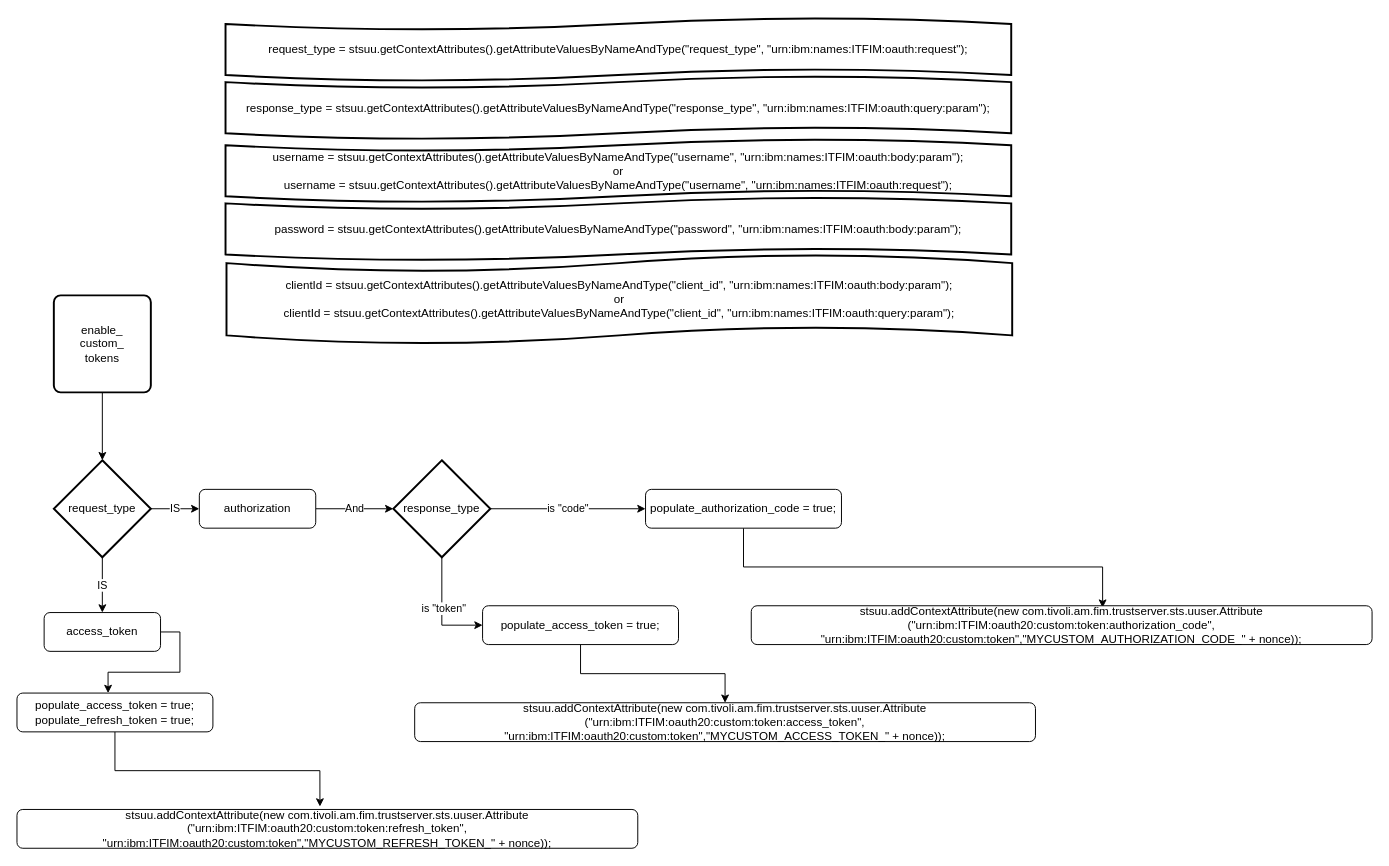
Before: diagrams/cc_demo.drawio in jskbabu/sree-general, a draw.io diagram. Source tidied: cells renumbered, new cells numbered last; positions are measured from the earlier drawing's top-left corner, leaving out a move shared by most shapes. Both pictures are drawn from the tidied source at 97%, with x=0, y=0 at pixel (16, 17).
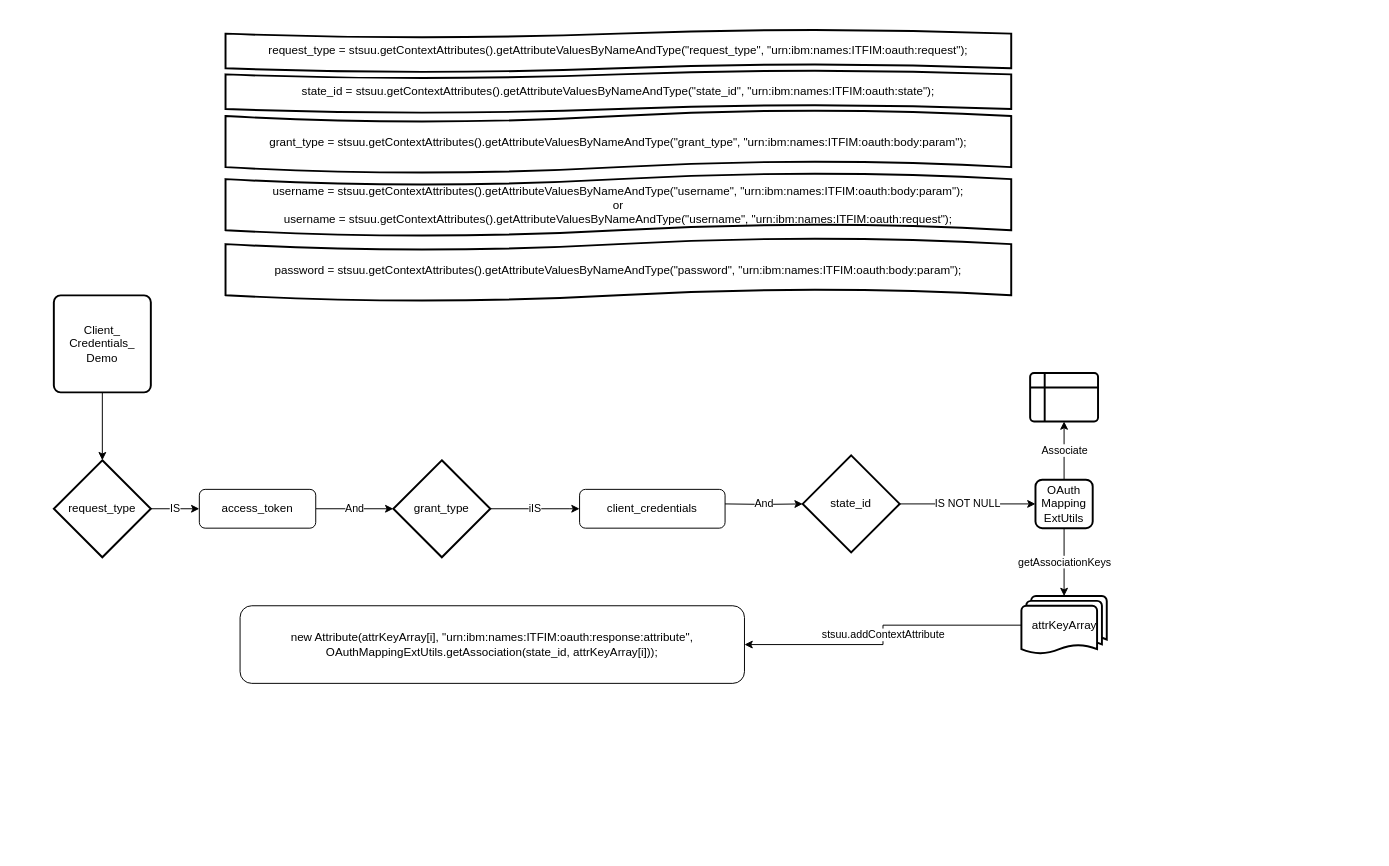
The same diagram, later.

The change refers to these unchanged cells:
```xml
<mxCell id="4" value="request_type" style="strokeWidth=2;html=1;shape=mxgraph.flowchart.decision;whiteSpace=wrap;" parent="1" vertex="1">
  <mxGeometry x="38" y="456" width="100" height="100" as="geometry" />
</mxCell>
```

Diff of the diagram source:
```diff
@@
-    <mxCell id="3" value="IS" style="edgeStyle=orthogonalEdgeStyle;rounded=0;jettySize=auto;html=1;" parent="1" edge="1" source="4" target="20">
-      <mxGeometry relative="1" as="geometry" />
-    </mxCell>
@@
-    <mxCell id="6" value="authorization" style="rounded=1;whiteSpace=wrap;html=1;fontSize=12;glass=0;strokeWidth=1;shadow=0;" parent="1" vertex="1">
+    <mxCell id="6" value="access_token" style="rounded=1;whiteSpace=wrap;html=1;fontSize=12;glass=0;strokeWidth=1;shadow=0;" parent="1" vertex="1">
       <mxGeometry x="188" y="486" width="120" height="40" as="geometry" />
     </mxCell>
-    <mxCell id="7" value="is &quot;code&quot;" style="edgeStyle=orthogonalEdgeStyle;rounded=0;jettySize=auto;html=1;" parent="1" edge="1" source="10" target="12">
+    <mxCell id="7" value="iIS" style="edgeStyle=orthogonalEdgeStyle;rounded=0;jettySize=auto;html=1;" parent="1" edge="1" source="10" target="12">
       <mxGeometry relative="1" as="geometry">
         <Array as="points">
           <mxPoint x="570" y="506" />
           <mxPoint x="570" y="506" />
         </Array>
       </mxGeometry>
     </mxCell>
-    <mxCell id="8" style="edgeStyle=orthogonalEdgeStyle;rounded=0;jettySize=auto;html=1;entryX=0;entryY=0.5;entryDx=0;entryDy=0;" parent="1" edge="1" source="10" target="23">
-      <mxGeometry relative="1" as="geometry" />
-    </mxCell>
-    <mxCell id="9" value="is &quot;token&quot;" style="edgeLabel;html=1;align=center;verticalAlign=middle;" parent="8" vertex="1">
-      <mxGeometry x="-0.08" y="1" relative="1" as="geometry" />
-    </mxCell>
-    <mxCell id="10" value="response_type" style="strokeWidth=2;html=1;shape=mxgraph.flowchart.decision;whiteSpace=wrap;" parent="1" vertex="1">
+    <mxCell id="10" value="grant_type" style="strokeWidth=2;html=1;shape=mxgraph.flowchart.decision;whiteSpace=wrap;" parent="1" vertex="1">
       <mxGeometry x="388" y="456" width="100" height="100" as="geometry" />
     </mxCell>
-    <mxCell id="11" style="edgeStyle=orthogonalEdgeStyle;rounded=0;jettySize=auto;html=1;entryX=0.566;entryY=0.05;entryDx=0;entryDy=0;entryPerimeter=0;" parent="1" edge="1" source="12" target="26">
-      <mxGeometry relative="1" as="geometry" />
-    </mxCell>
-    <mxCell id="12" value="populate_authorization_code = true;" style="rounded=1;whiteSpace=wrap;html=1;fontSize=12;glass=0;strokeWidth=1;shadow=0;" parent="1" vertex="1">
-      <mxGeometry x="648" y="486" width="202" height="40" as="geometry" />
+    <mxCell id="12" value="client_credentials" style="rounded=1;whiteSpace=wrap;html=1;fontSize=12;glass=0;strokeWidth=1;shadow=0;" parent="1" vertex="1">
+      <mxGeometry x="580" y="486" width="150" height="40" as="geometry" />
     </mxCell>
@@
-    <mxCell id="14" value="enable_&lt;br&gt;custom_&lt;br&gt;tokens" style="rounded=1;whiteSpace=wrap;html=1;absoluteArcSize=1;arcSize=14;strokeWidth=2;" parent="1" vertex="1">
+    <mxCell id="14" value="Client_&lt;br&gt;Credentials_&lt;br&gt;Demo" style="rounded=1;whiteSpace=wrap;html=1;absoluteArcSize=1;arcSize=14;strokeWidth=2;" parent="1" vertex="1">
       <mxGeometry x="38" y="286" width="100" height="100" as="geometry" />
     </mxCell>
     <mxCell id="15" value="request_type =&amp;nbsp;stsuu.getContextAttributes().getAttributeValuesByNameAndType(&quot;request_type&quot;, &quot;urn:ibm:names:ITFIM:oauth:request&quot;);" style="shape=tape;whiteSpace=wrap;html=1;strokeWidth=2;size=0.19;" parent="1" vertex="1">
-      <mxGeometry x="215" width="810" height="65" as="geometry" />
+      <mxGeometry x="215" y="12" width="810" height="44" as="geometry" />
     </mxCell>
-    <mxCell id="16" value="response_type =&amp;nbsp;stsuu.getContextAttributes().getAttributeValuesByNameAndType(&quot;response_type&quot;, &quot;urn:ibm:names:ITFIM:oauth:query:param&quot;);" style="shape=tape;whiteSpace=wrap;html=1;strokeWidth=2;size=0.19;" parent="1" vertex="1">
-      <mxGeometry x="215" y="60" width="810" height="65" as="geometry" />
+    <mxCell id="16" value="grant_type =&amp;nbsp;stsuu.getContextAttributes().getAttributeValuesByNameAndType(&quot;grant_type&quot;, &quot;urn:ibm:names:ITFIM:oauth:body:param&quot;);" style="shape=tape;whiteSpace=wrap;html=1;strokeWidth=2;size=0.19;" parent="1" vertex="1">
+      <mxGeometry x="215" y="95" width="810" height="65" as="geometry" />
     </mxCell>
     <mxCell id="17" value="username =&amp;nbsp;stsuu.getContextAttributes().getAttributeValuesByNameAndType(&quot;username&quot;, &quot;urn:ibm:names:ITFIM:oauth:body:param&quot;);&lt;br&gt;or&lt;br&gt;username =&amp;nbsp;stsuu.getContextAttributes().getAttributeValuesByNameAndType(&quot;username&quot;, &quot;urn:ibm:names:ITFIM:oauth:request&quot;);" style="shape=tape;whiteSpace=wrap;html=1;strokeWidth=2;size=0.19;" parent="1" vertex="1">
-      <mxGeometry x="215" y="125" width="810" height="65" as="geometry" />
+      <mxGeometry x="215" y="160" width="810" height="65" as="geometry" />
     </mxCell>
     <mxCell id="18" value="password =&amp;nbsp;stsuu.getContextAttributes().getAttributeValuesByNameAndType(&quot;password&quot;, &quot;urn:ibm:names:ITFIM:oauth:body:param&quot;);" style="shape=tape;whiteSpace=wrap;html=1;strokeWidth=2;size=0.19;" parent="1" vertex="1">
-      <mxGeometry x="215" y="185" width="810" height="65" as="geometry" />
+      <mxGeometry x="215" y="227" width="810" height="65" as="geometry" />
     </mxCell>
-    <mxCell id="19" style="edgeStyle=orthogonalEdgeStyle;rounded=0;jettySize=auto;html=1;exitX=1;exitY=0.5;exitDx=0;exitDy=0;entryX=0.465;entryY=0;entryDx=0;entryDy=0;entryPerimeter=0;" parent="1" edge="1" source="20" target="25">
-      <mxGeometry relative="1" as="geometry" />
-    </mxCell>
-    <mxCell id="20" value="access_token" style="rounded=1;whiteSpace=wrap;html=1;fontSize=12;glass=0;strokeWidth=1;shadow=0;" parent="1" vertex="1">
-      <mxGeometry x="28" y="613" width="120" height="40" as="geometry" />
-    </mxCell>
-    <mxCell id="21" value="clientId =&amp;nbsp;stsuu.getContextAttributes().getAttributeValuesByNameAndType(&quot;client_id&quot;, &quot;urn:ibm:names:ITFIM:oauth:body:param&quot;);&lt;br&gt;or&lt;br&gt;clientId =&amp;nbsp;stsuu.getContextAttributes().getAttributeValuesByNameAndType(&quot;client_id&quot;, &quot;urn:ibm:names:ITFIM:oauth:query:param&quot;);" style="shape=tape;whiteSpace=wrap;html=1;strokeWidth=2;size=0.19;" parent="1" vertex="1">
-      <mxGeometry x="216" y="244" width="810" height="92" as="geometry" />
-    </mxCell>
-    <mxCell id="22" style="edgeStyle=orthogonalEdgeStyle;rounded=0;jettySize=auto;html=1;" parent="1" edge="1" source="23" target="27">
-      <mxGeometry relative="1" as="geometry" />
-    </mxCell>
-    <mxCell id="23" value="populate_access_token = true;" style="rounded=1;whiteSpace=wrap;html=1;fontSize=12;glass=0;strokeWidth=1;shadow=0;" parent="1" vertex="1">
-      <mxGeometry x="480" y="606" width="202" height="40" as="geometry" />
-    </mxCell>
-    <mxCell id="24" style="edgeStyle=orthogonalEdgeStyle;rounded=0;jettySize=auto;html=1;entryX=0.488;entryY=-0.075;entryDx=0;entryDy=0;entryPerimeter=0;" parent="1" edge="1" source="25" target="28">
-      <mxGeometry relative="1" as="geometry" />
-    </mxCell>
-    <mxCell id="25" value="&lt;div&gt;populate_access_token = true;&lt;/div&gt;&lt;div&gt;   populate_refresh_token = true;&lt;/div&gt;" style="rounded=1;whiteSpace=wrap;html=1;fontSize=12;glass=0;strokeWidth=1;shadow=0;" parent="1" vertex="1">
-      <mxGeometry y="696" width="202" height="40" as="geometry" />
-    </mxCell>
-    <mxCell id="26" value="stsuu.addContextAttribute(new com.tivoli.am.fim.trustserver.sts.uuser.Attribute&lt;br&gt;(&quot;urn:ibm:ITFIM:oauth20:custom:token:authorization_code&quot;,&lt;br&gt;&quot;urn:ibm:ITFIM:oauth20:custom:token&quot;,&quot;MYCUSTOM_AUTHORIZATION_CODE_&quot; + nonce));" style="rounded=1;whiteSpace=wrap;html=1;fontSize=12;glass=0;strokeWidth=1;shadow=0;" parent="1" vertex="1">
-      <mxGeometry x="757" y="606" width="640" height="40" as="geometry" />
-    </mxCell>
-    <mxCell id="27" value="stsuu.addContextAttribute(new com.tivoli.am.fim.trustserver.sts.uuser.Attribute&lt;br&gt;(&quot;urn:ibm:ITFIM:oauth20:custom:token:access_token&quot;,&lt;br&gt;&quot;urn:ibm:ITFIM:oauth20:custom:token&quot;,&quot;MYCUSTOM_ACCESS_TOKEN_&quot; + nonce));" style="rounded=1;whiteSpace=wrap;html=1;fontSize=12;glass=0;strokeWidth=1;shadow=0;" parent="1" vertex="1">
-      <mxGeometry x="410" y="706" width="640" height="40" as="geometry" />
-    </mxCell>
-    <mxCell id="28" value="stsuu.addContextAttribute(new com.tivoli.am.fim.trustserver.sts.uuser.Attribute&lt;br&gt;(&quot;urn:ibm:ITFIM:oauth20:custom:token:refresh_token&quot;,&lt;br&gt;&quot;urn:ibm:ITFIM:oauth20:custom:token&quot;,&quot;MYCUSTOM_REFRESH_TOKEN_&quot; + nonce));" style="rounded=1;whiteSpace=wrap;html=1;fontSize=12;glass=0;strokeWidth=1;shadow=0;" parent="1" vertex="1">
-      <mxGeometry y="816" width="640" height="40" as="geometry" />
-    </mxCell>
+    <mxCell id="29" value="state_id =&amp;nbsp;stsuu.getContextAttributes().getAttributeValuesByNameAndType(&quot;state_id&quot;, &quot;urn:ibm:names:ITFIM:oauth:state&quot;);" style="shape=tape;whiteSpace=wrap;html=1;strokeWidth=2;size=0.19;" parent="1" vertex="1">
+      <mxGeometry x="215" y="54" width="810" height="44" as="geometry" />
+    </mxCell>
+    <mxCell id="30" value="And" style="edgeStyle=orthogonalEdgeStyle;rounded=0;jettySize=auto;html=1;" parent="1" edge="1" target="32">
+      <mxGeometry relative="1" as="geometry">
+        <mxPoint x="730" y="501" as="sourcePoint" />
+      </mxGeometry>
+    </mxCell>
+    <mxCell id="31" value="IS NOT NULL" style="edgeStyle=orthogonalEdgeStyle;rounded=0;jettySize=auto;html=1;entryX=0;entryY=0.5;entryDx=0;entryDy=0;" parent="1" edge="1" source="32" target="35">
+      <mxGeometry relative="1" as="geometry" />
+    </mxCell>
+    <mxCell id="32" value="state_id" style="strokeWidth=2;html=1;shape=mxgraph.flowchart.decision;whiteSpace=wrap;" parent="1" vertex="1">
+      <mxGeometry x="810" y="451" width="100" height="100" as="geometry" />
+    </mxCell>
+    <mxCell id="33" value="Associate" style="edgeStyle=orthogonalEdgeStyle;rounded=0;jettySize=auto;html=1;" parent="1" edge="1" source="35" target="36">
+      <mxGeometry relative="1" as="geometry" />
+    </mxCell>
+    <mxCell id="34" value="getAssociationKeys" style="edgeStyle=orthogonalEdgeStyle;rounded=0;jettySize=auto;html=1;entryX=0.5;entryY=0;entryDx=0;entryDy=0;entryPerimeter=0;" parent="1" edge="1" source="35" target="38">
+      <mxGeometry relative="1" as="geometry" />
+    </mxCell>
+    <mxCell id="35" value="OAuth&lt;br&gt;Mapping&lt;br&gt;ExtUtils" style="rounded=1;whiteSpace=wrap;html=1;absoluteArcSize=1;arcSize=14;strokeWidth=2;" parent="1" vertex="1">
+      <mxGeometry x="1050" y="476" width="59" height="50" as="geometry" />
+    </mxCell>
+    <mxCell id="36" style="shape=internalStorage;whiteSpace=wrap;html=1;dx=15;dy=15;rounded=1;arcSize=8;strokeWidth=2;" parent="1" vertex="1">
+      <mxGeometry x="1044.5" y="366" width="70" height="50" as="geometry" />
+    </mxCell>
+    <mxCell id="37" value="stsuu.addContextAttribute" style="edgeStyle=orthogonalEdgeStyle;rounded=0;jettySize=auto;html=1;entryX=1;entryY=0.5;entryDx=0;entryDy=0;" parent="1" edge="1" source="38" target="39">
+      <mxGeometry relative="1" as="geometry" />
+    </mxCell>
+    <mxCell id="38" value="attrKeyArray" style="strokeWidth=2;html=1;shape=mxgraph.flowchart.multi-document;whiteSpace=wrap;" parent="1" vertex="1">
+      <mxGeometry x="1035.5" y="596" width="88" height="60" as="geometry" />
+    </mxCell>
+    <mxCell id="39" value="new Attribute(attrKeyArray[i], &quot;urn:ibm:names:ITFIM:oauth:response:attribute&quot;, OAuthMappingExtUtils.getAssociation(state_id, attrKeyArray[i]));" style="rounded=1;whiteSpace=wrap;html=1;fontSize=12;glass=0;strokeWidth=1;shadow=0;" parent="1" vertex="1">
+      <mxGeometry x="230" y="606" width="520" height="80" as="geometry" />
+    </mxCell>
```
